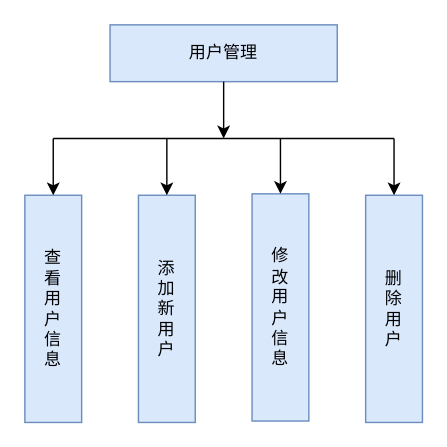
The draw.io diagram page "第 3 页" (3 of 3) of Untitled Diagram.drawio in ANT923/text1, before the edit. Source tidied: cells renumbered, new cells numbered last; positions are measured from the earlier drawing's top-left corner, leaving out a move shared by most shapes. Both pictures are drawn from the tidied source at 142%, with x=0, y=0 at pixel (24, 24).
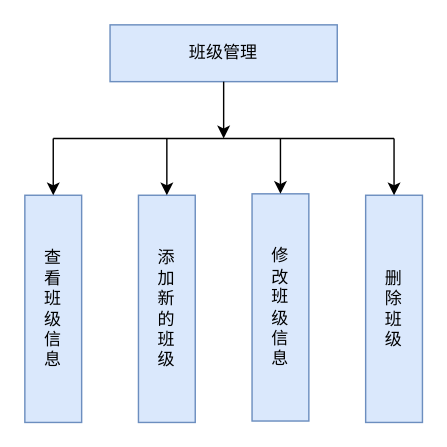
Above is the later version.

Diff of the diagram source:
```diff
@@
 <mxGraphModel>
   <root>
     <mxCell id="0" />
     <mxCell id="1" parent="0" />
-    <mxCell id="2" value="用户管理" style="rounded=0;whiteSpace=wrap;html=1;fillColor=#dae8fc;strokeColor=#6c8ebf;" parent="1" vertex="1">
+    <mxCell id="2" value="班级管理" style="rounded=0;whiteSpace=wrap;html=1;fillColor=#dae8fc;strokeColor=#6c8ebf;" parent="1" vertex="1">
       <mxGeometry x="60" width="160" height="40" as="geometry" />
     </mxCell>
-    <mxCell id="3" value="查&lt;br&gt;看&lt;br&gt;用&lt;br&gt;户&lt;br&gt;信&lt;br&gt;息" style="rounded=0;whiteSpace=wrap;html=1;fillColor=#dae8fc;strokeColor=#6c8ebf;" parent="1" vertex="1">
+    <mxCell id="3" value="查&lt;br&gt;看&lt;br&gt;班&lt;br&gt;级&lt;br&gt;信&lt;br&gt;息" style="rounded=0;whiteSpace=wrap;html=1;fillColor=#dae8fc;strokeColor=#6c8ebf;" parent="1" vertex="1">
       <mxGeometry y="120" width="40" height="160" as="geometry" />
     </mxCell>
-    <mxCell id="4" value="添&lt;br&gt;加&lt;br&gt;新&lt;br&gt;用&lt;br&gt;户" style="rounded=0;whiteSpace=wrap;html=1;fillColor=#dae8fc;strokeColor=#6c8ebf;" parent="1" vertex="1">
+    <mxCell id="4" value="添&lt;br&gt;加&lt;br&gt;新&lt;br&gt;的&lt;br&gt;班&lt;br&gt;级" style="rounded=0;whiteSpace=wrap;html=1;fillColor=#dae8fc;strokeColor=#6c8ebf;" parent="1" vertex="1">
       <mxGeometry x="80" y="120" width="40" height="160" as="geometry" />
     </mxCell>
-    <mxCell id="5" value="修&lt;br&gt;改&lt;br&gt;用&lt;br&gt;户&lt;br&gt;信&lt;br&gt;息" style="rounded=0;whiteSpace=wrap;html=1;fillColor=#dae8fc;strokeColor=#6c8ebf;" parent="1" vertex="1">
+    <mxCell id="5" value="修&lt;br&gt;改&lt;br&gt;班&lt;br&gt;级&lt;br&gt;信&lt;br&gt;息" style="rounded=0;whiteSpace=wrap;html=1;fillColor=#dae8fc;strokeColor=#6c8ebf;" parent="1" vertex="1">
       <mxGeometry x="160" y="119" width="40" height="160" as="geometry" />
     </mxCell>
-    <mxCell id="6" value="删&lt;br&gt;除&lt;br&gt;用&lt;br&gt;户" style="rounded=0;whiteSpace=wrap;html=1;fillColor=#dae8fc;strokeColor=#6c8ebf;" parent="1" vertex="1">
+    <mxCell id="6" value="删&lt;br&gt;除&lt;br&gt;班&lt;br&gt;级" style="rounded=0;whiteSpace=wrap;html=1;fillColor=#dae8fc;strokeColor=#6c8ebf;" parent="1" vertex="1">
       <mxGeometry x="240" y="120" width="40" height="160" as="geometry" />
     </mxCell>
     <mxCell id="7" style="endArrow=none;html=1;" parent="1" edge="1">
       <mxGeometry relative="1" as="geometry">
         <mxPoint x="20" y="80" as="sourcePoint" />
         <mxPoint x="260" y="80" as="targetPoint" />
       </mxGeometry>
     </mxCell>
     <mxCell id="8" style="endArrow=classic;html=1;exitX=0.5;exitY=1;exitDx=0;exitDy=0;" parent="1" edge="1" source="2">
       <mxGeometry relative="1" as="geometry">
         <mxPoint x="140" y="80" as="targetPoint" />
       </mxGeometry>
     </mxCell>
     <mxCell id="9" style="endArrow=classic;html=1;entryX=0.5;entryY=0;entryDx=0;entryDy=0;" parent="1" edge="1" target="6">
       <mxGeometry relative="1" as="geometry">
         <mxPoint x="260" y="80" as="sourcePoint" />
       </mxGeometry>
     </mxCell>
     <mxCell id="10" style="endArrow=classic;html=1;entryX=0.5;entryY=0;entryDx=0;entryDy=0;" parent="1" edge="1" target="4">
       <mxGeometry relative="1" as="geometry">
         <mxPoint x="100" y="80" as="sourcePoint" />
       </mxGeometry>
     </mxCell>
     <mxCell id="11" style="endArrow=classic;html=1;entryX=0.5;entryY=0;entryDx=0;entryDy=0;" parent="1" edge="1" target="3">
       <mxGeometry relative="1" as="geometry">
         <mxPoint x="20" y="80" as="sourcePoint" />
       </mxGeometry>
     </mxCell>
     <mxCell id="12" style="endArrow=classic;html=1;entryX=0.5;entryY=0;entryDx=0;entryDy=0;" parent="1" edge="1" target="5">
       <mxGeometry relative="1" as="geometry">
         <mxPoint x="180" y="80" as="sourcePoint" />
       </mxGeometry>
     </mxCell>
   </root>
 </mxGraphModel>
```
